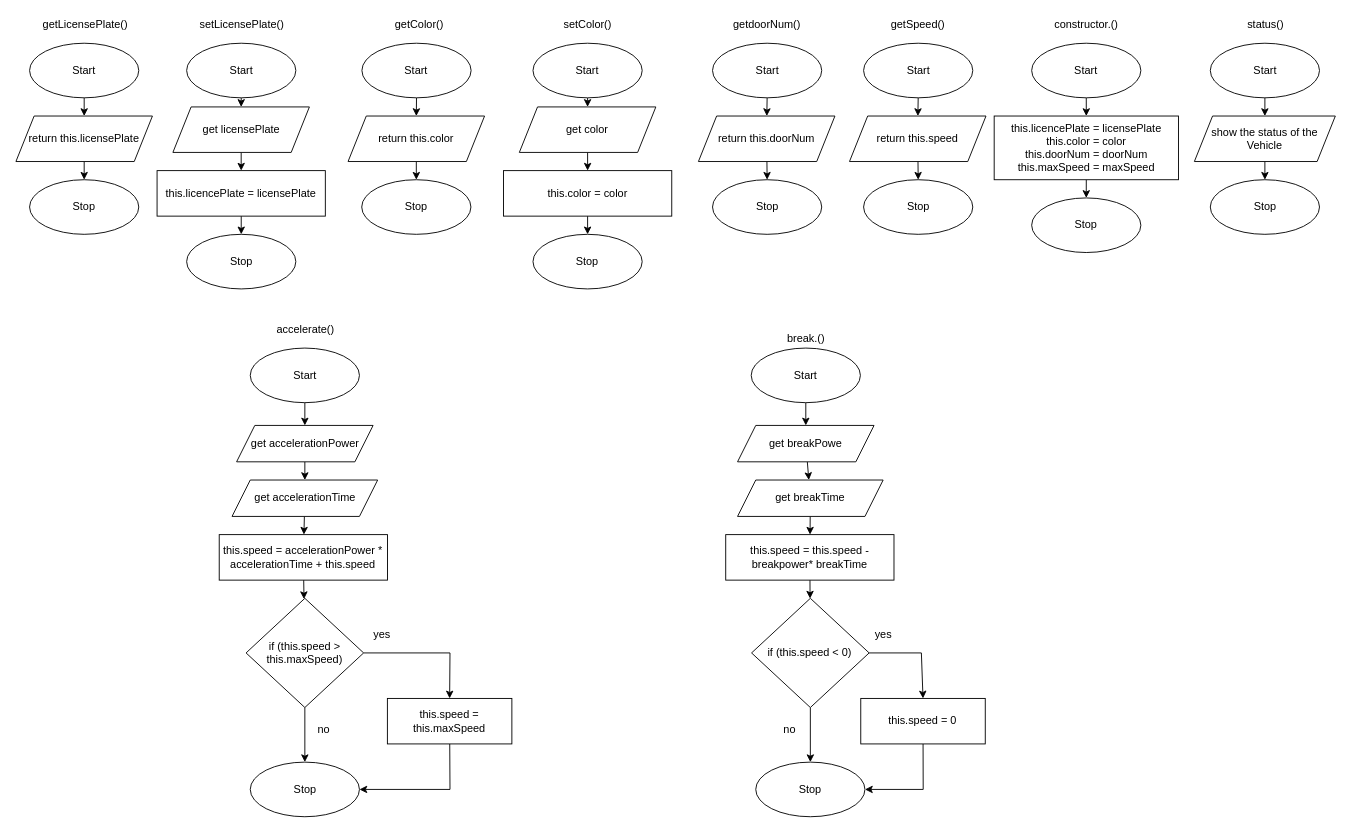
Earlier version of the draw.io diagram Drawio/Flowchart1.drawio (JacksonNaufal/ics4u-unit2-05-typescript). Source tidied: cells renumbered, new cells numbered last; positions are measured from the earlier drawing's top-left corner, leaving out a move shared by most shapes. Both pictures are drawn from the tidied source at 91%, with x=0, y=0 at pixel (15, 15).
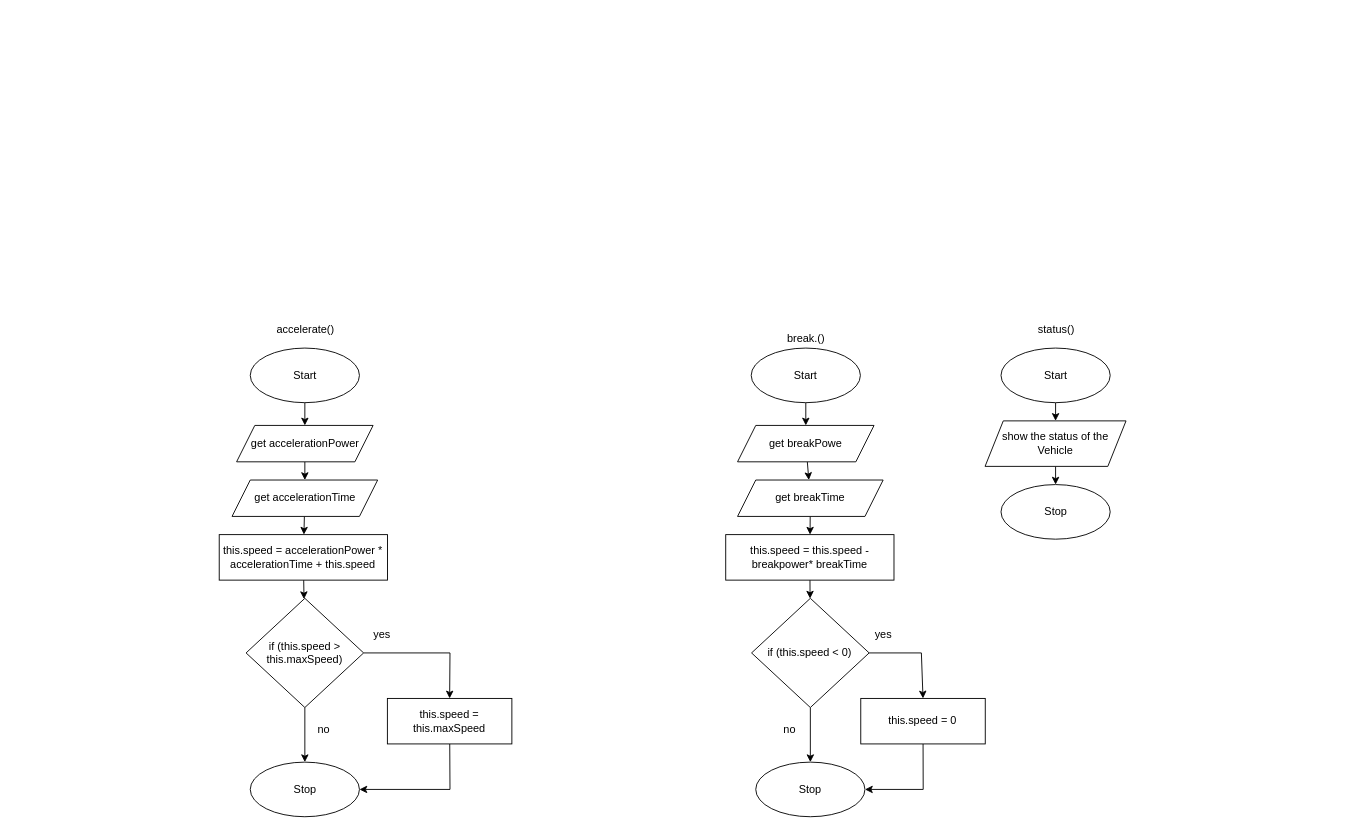
After the change.

Diff of the diagram source:
```diff
@@
-    <mxCell id="2" style="edgeStyle=none;html=1;entryX=0.5;entryY=0;entryDx=0;entryDy=0;" parent="1" edge="1" source="3" target="5">
-      <mxGeometry relative="1" as="geometry" />
-    </mxCell>
-    <mxCell id="3" value="Start" style="ellipse;whiteSpace=wrap;html=1;" parent="1" vertex="1">
-      <mxGeometry x="15" y="30" width="120" height="60" as="geometry" />
-    </mxCell>
-    <mxCell id="4" style="edgeStyle=none;html=1;" parent="1" edge="1" source="5" target="6">
-      <mxGeometry relative="1" as="geometry" />
-    </mxCell>
-    <mxCell id="5" value="return this.licensePlate" style="shape=parallelogram;perimeter=parallelogramPerimeter;whiteSpace=wrap;html=1;fixedSize=1;" parent="1" vertex="1">
-      <mxGeometry y="110" width="150" height="50" as="geometry" />
-    </mxCell>
-    <mxCell id="6" value="Stop" style="ellipse;whiteSpace=wrap;html=1;" parent="1" vertex="1">
-      <mxGeometry x="15" y="180" width="120" height="60" as="geometry" />
-    </mxCell>
-    <mxCell id="7" value="getLicensePlate()" style="text;html=1;align=center;verticalAlign=middle;strokeColor=none;fillColor=none;" parent="1" vertex="1">
-      <mxGeometry x="20.5" width="110" height="20" as="geometry" />
-    </mxCell>
-    <mxCell id="8" style="edgeStyle=none;html=1;entryX=0.5;entryY=0;entryDx=0;entryDy=0;" parent="1" edge="1" source="9" target="58">
-      <mxGeometry relative="1" as="geometry" />
-    </mxCell>
-    <mxCell id="9" value="Start" style="ellipse;whiteSpace=wrap;html=1;" parent="1" vertex="1">
-      <mxGeometry x="187.6" y="30" width="120" height="60" as="geometry" />
-    </mxCell>
-    <mxCell id="10" value="setLicensePlate()" style="text;html=1;align=center;verticalAlign=middle;strokeColor=none;fillColor=none;" parent="1" vertex="1">
-      <mxGeometry x="192.5" width="110" height="20" as="geometry" />
-    </mxCell>
-    <mxCell id="11" style="edgeStyle=none;html=1;" parent="1" edge="1" source="12" target="54">
-      <mxGeometry relative="1" as="geometry" />
-    </mxCell>
-    <mxCell id="12" value="Start" style="ellipse;whiteSpace=wrap;html=1;" parent="1" vertex="1">
-      <mxGeometry x="765.5" y="30" width="120" height="60" as="geometry" />
-    </mxCell>
-    <mxCell id="13" style="edgeStyle=none;html=1;exitX=0.5;exitY=0;exitDx=0;exitDy=0;" parent="1" edge="1" source="14">
-      <mxGeometry relative="1" as="geometry">
-        <mxPoint x="825" y="190" as="targetPoint" />
-      </mxGeometry>
-    </mxCell>
-    <mxCell id="14" value="Stop" style="ellipse;whiteSpace=wrap;html=1;" parent="1" vertex="1">
-      <mxGeometry x="765.5" y="180" width="120" height="60" as="geometry" />
-    </mxCell>
-    <mxCell id="15" value="getdoorNum()" style="text;html=1;align=center;verticalAlign=middle;strokeColor=none;fillColor=none;" parent="1" vertex="1">
-      <mxGeometry x="780" width="90" height="20" as="geometry" />
-    </mxCell>
-    <mxCell id="16" style="edgeStyle=none;html=1;entryX=0.5;entryY=0;entryDx=0;entryDy=0;" parent="1" edge="1" source="17" target="45">
-      <mxGeometry relative="1" as="geometry" />
-    </mxCell>
-    <mxCell id="17" value="Start" style="ellipse;whiteSpace=wrap;html=1;" parent="1" vertex="1">
-      <mxGeometry x="380.2" y="30" width="120" height="60" as="geometry" />
-    </mxCell>
-    <mxCell id="18" value="getColor()" style="text;html=1;align=center;verticalAlign=middle;strokeColor=none;fillColor=none;" parent="1" vertex="1">
-      <mxGeometry x="408.2" width="70" height="20" as="geometry" />
-    </mxCell>
@@
     <mxCell id="20" value="Start" style="ellipse;whiteSpace=wrap;html=1;" parent="1" vertex="1">
-      <mxGeometry x="1312.5" y="30" width="120" height="60" as="geometry" />
+      <mxGeometry x="1082.5" y="365" width="120" height="60" as="geometry" />
     </mxCell>
@@
     <mxCell id="22" value="show the status of the Vehicle" style="shape=parallelogram;perimeter=parallelogramPerimeter;whiteSpace=wrap;html=1;fixedSize=1;" parent="1" vertex="1">
-      <mxGeometry x="1295" y="110" width="154.9" height="50" as="geometry" />
+      <mxGeometry x="1065" y="445" width="154.9" height="50" as="geometry" />
     </mxCell>
     <mxCell id="23" value="Stop" style="ellipse;whiteSpace=wrap;html=1;" parent="1" vertex="1">
-      <mxGeometry x="1312.5" y="180" width="120" height="60" as="geometry" />
+      <mxGeometry x="1082.5" y="515" width="120" height="60" as="geometry" />
     </mxCell>
     <mxCell id="24" value="status()" style="text;html=1;align=center;verticalAlign=middle;strokeColor=none;fillColor=none;" parent="1" vertex="1">
-      <mxGeometry x="1342.5" width="60" height="20" as="geometry" />
+      <mxGeometry x="1112.5" y="335" width="60" height="20" as="geometry" />
     </mxCell>
@@
-    <mxCell id="35" style="edgeStyle=none;html=1;" parent="1" edge="1" source="36" target="40">
-      <mxGeometry relative="1" as="geometry" />
-    </mxCell>
-    <mxCell id="36" value="Start" style="ellipse;whiteSpace=wrap;html=1;" parent="1" vertex="1">
-      <mxGeometry x="1116.2" y="30" width="120" height="60" as="geometry" />
-    </mxCell>
-    <mxCell id="37" value="Stop" style="ellipse;whiteSpace=wrap;html=1;" parent="1" vertex="1">
-      <mxGeometry x="1116.2" y="200" width="120" height="60" as="geometry" />
-    </mxCell>
-    <mxCell id="38" value="constructor.()" style="text;html=1;align=center;verticalAlign=middle;strokeColor=none;fillColor=none;" parent="1" vertex="1">
-      <mxGeometry x="1131.2" width="90" height="20" as="geometry" />
-    </mxCell>
-    <mxCell id="39" style="edgeStyle=none;html=1;" parent="1" edge="1" source="40" target="37">
-      <mxGeometry relative="1" as="geometry" />
-    </mxCell>
-    <mxCell id="40" value="this.licencePlate = licensePlate&lt;br&gt;this.color = color&lt;br&gt;this.doorNum = doorNum&lt;br&gt;this.maxSpeed = maxSpeed" style="whiteSpace=wrap;html=1;" parent="1" vertex="1">
-      <mxGeometry x="1075" y="110" width="202.5" height="70" as="geometry" />
-    </mxCell>
-    <mxCell id="41" style="edgeStyle=none;html=1;entryX=0.5;entryY=0;entryDx=0;entryDy=0;" parent="1" edge="1" source="42" target="43">
-      <mxGeometry relative="1" as="geometry" />
-    </mxCell>
-    <mxCell id="42" value="this.licencePlate = licensePlate" style="whiteSpace=wrap;html=1;" parent="1" vertex="1">
-      <mxGeometry x="155.1" y="170" width="184.9" height="50" as="geometry" />
-    </mxCell>
-    <mxCell id="43" value="Stop" style="ellipse;whiteSpace=wrap;html=1;" parent="1" vertex="1">
-      <mxGeometry x="187.6" y="240" width="120" height="60" as="geometry" />
-    </mxCell>
-    <mxCell id="44" style="edgeStyle=none;html=1;entryX=0.5;entryY=0;entryDx=0;entryDy=0;" parent="1" edge="1" source="45" target="46">
-      <mxGeometry relative="1" as="geometry" />
-    </mxCell>
-    <mxCell id="45" value="return this.color" style="shape=parallelogram;perimeter=parallelogramPerimeter;whiteSpace=wrap;html=1;fixedSize=1;" parent="1" vertex="1">
-      <mxGeometry x="365" y="110" width="150" height="50" as="geometry" />
-    </mxCell>
-    <mxCell id="46" value="Stop" style="ellipse;whiteSpace=wrap;html=1;" parent="1" vertex="1">
-      <mxGeometry x="380" y="180" width="120" height="60" as="geometry" />
-    </mxCell>
-    <mxCell id="47" style="edgeStyle=none;html=1;" parent="1" edge="1" source="48" target="56">
-      <mxGeometry relative="1" as="geometry" />
-    </mxCell>
-    <mxCell id="48" value="Start" style="ellipse;whiteSpace=wrap;html=1;" parent="1" vertex="1">
-      <mxGeometry x="568.2" y="30" width="120" height="60" as="geometry" />
-    </mxCell>
-    <mxCell id="49" value="setColor()" style="text;html=1;align=center;verticalAlign=middle;strokeColor=none;fillColor=none;" parent="1" vertex="1">
-      <mxGeometry x="593.2" width="70" height="20" as="geometry" />
-    </mxCell>
-    <mxCell id="50" value="Stop" style="ellipse;whiteSpace=wrap;html=1;" parent="1" vertex="1">
-      <mxGeometry x="568.2" y="240" width="120" height="60" as="geometry" />
-    </mxCell>
-    <mxCell id="51" style="edgeStyle=none;html=1;" parent="1" edge="1" source="52" target="50">
-      <mxGeometry relative="1" as="geometry" />
-    </mxCell>
-    <mxCell id="52" value="this.color = color" style="whiteSpace=wrap;html=1;" parent="1" vertex="1">
-      <mxGeometry x="535.8" y="170" width="184.9" height="50" as="geometry" />
-    </mxCell>
-    <mxCell id="53" style="edgeStyle=none;html=1;" parent="1" edge="1" source="54" target="14">
-      <mxGeometry relative="1" as="geometry" />
-    </mxCell>
-    <mxCell id="54" value="return this.doorNum" style="shape=parallelogram;perimeter=parallelogramPerimeter;whiteSpace=wrap;html=1;fixedSize=1;" parent="1" vertex="1">
-      <mxGeometry x="750" y="110" width="150" height="50" as="geometry" />
-    </mxCell>
-    <mxCell id="55" style="edgeStyle=none;html=1;" parent="1" edge="1" source="56" target="52">
-      <mxGeometry relative="1" as="geometry" />
-    </mxCell>
-    <mxCell id="56" value="get color" style="shape=parallelogram;perimeter=parallelogramPerimeter;whiteSpace=wrap;html=1;fixedSize=1;" parent="1" vertex="1">
-      <mxGeometry x="553.2" y="100" width="150" height="50" as="geometry" />
-    </mxCell>
-    <mxCell id="57" style="edgeStyle=none;html=1;entryX=0.5;entryY=0;entryDx=0;entryDy=0;" parent="1" edge="1" source="58" target="42">
-      <mxGeometry relative="1" as="geometry" />
-    </mxCell>
-    <mxCell id="58" value="get licensePlate" style="shape=parallelogram;perimeter=parallelogramPerimeter;whiteSpace=wrap;html=1;fixedSize=1;" parent="1" vertex="1">
-      <mxGeometry x="172.5" y="100" width="150" height="50" as="geometry" />
-    </mxCell>
-    <mxCell id="59" style="edgeStyle=none;html=1;" parent="1" edge="1" source="60" target="65">
-      <mxGeometry relative="1" as="geometry" />
-    </mxCell>
-    <mxCell id="60" value="Start" style="ellipse;whiteSpace=wrap;html=1;" parent="1" vertex="1">
-      <mxGeometry x="931.5" y="30" width="120" height="60" as="geometry" />
-    </mxCell>
-    <mxCell id="61" style="edgeStyle=none;html=1;exitX=0.5;exitY=0;exitDx=0;exitDy=0;" parent="1" edge="1" source="62">
-      <mxGeometry relative="1" as="geometry">
-        <mxPoint x="991" y="190" as="targetPoint" />
-      </mxGeometry>
-    </mxCell>
-    <mxCell id="62" value="Stop" style="ellipse;whiteSpace=wrap;html=1;" parent="1" vertex="1">
-      <mxGeometry x="931.5" y="180" width="120" height="60" as="geometry" />
-    </mxCell>
-    <mxCell id="63" value="getSpeed()" style="text;html=1;align=center;verticalAlign=middle;strokeColor=none;fillColor=none;" parent="1" vertex="1">
-      <mxGeometry x="956" width="70" height="20" as="geometry" />
-    </mxCell>
-    <mxCell id="64" style="edgeStyle=none;html=1;" parent="1" edge="1" source="65" target="62">
-      <mxGeometry relative="1" as="geometry" />
-    </mxCell>
-    <mxCell id="65" value="return this.speed" style="shape=parallelogram;perimeter=parallelogramPerimeter;whiteSpace=wrap;html=1;fixedSize=1;" parent="1" vertex="1">
-      <mxGeometry x="916" y="110" width="150" height="50" as="geometry" />
-    </mxCell>
```
